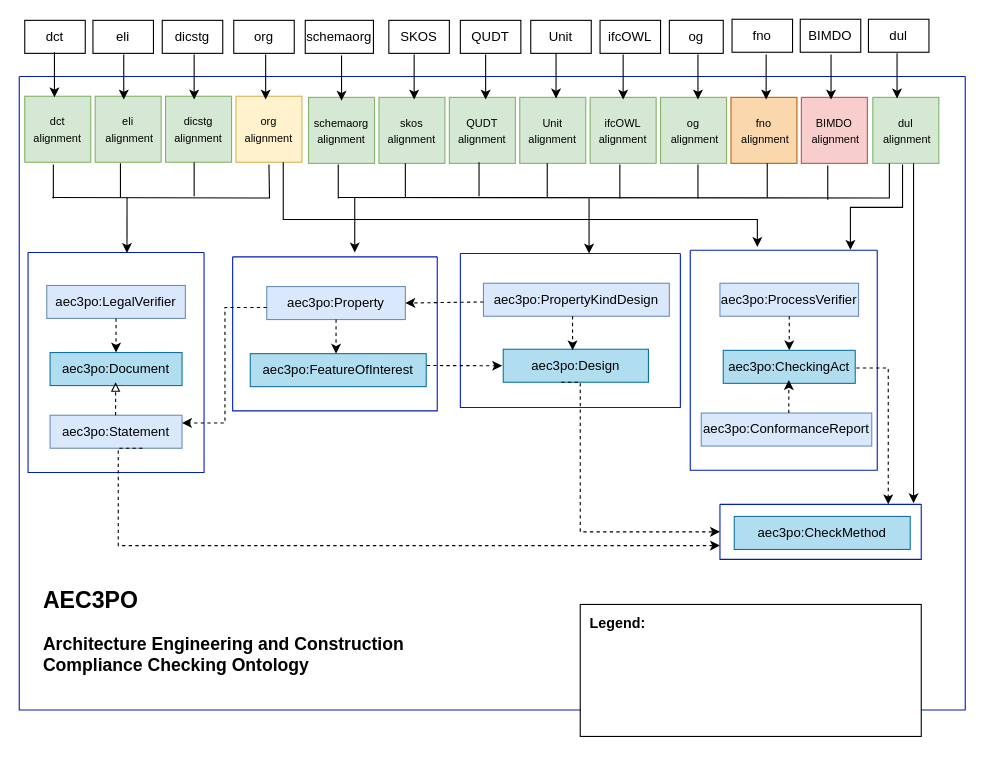
This is page "Alignment" (14 of 14) of resources/aec3po.drawio from Accord-Project/aec3po, a draw.io file, before an edit. Source tidied: cells renumbered, new cells numbered last; positions are measured from the earlier drawing's top-left corner, leaving out a move shared by most shapes. Both pictures are drawn from the tidied source at 110%, with x=0, y=0 at pixel (19, 19).
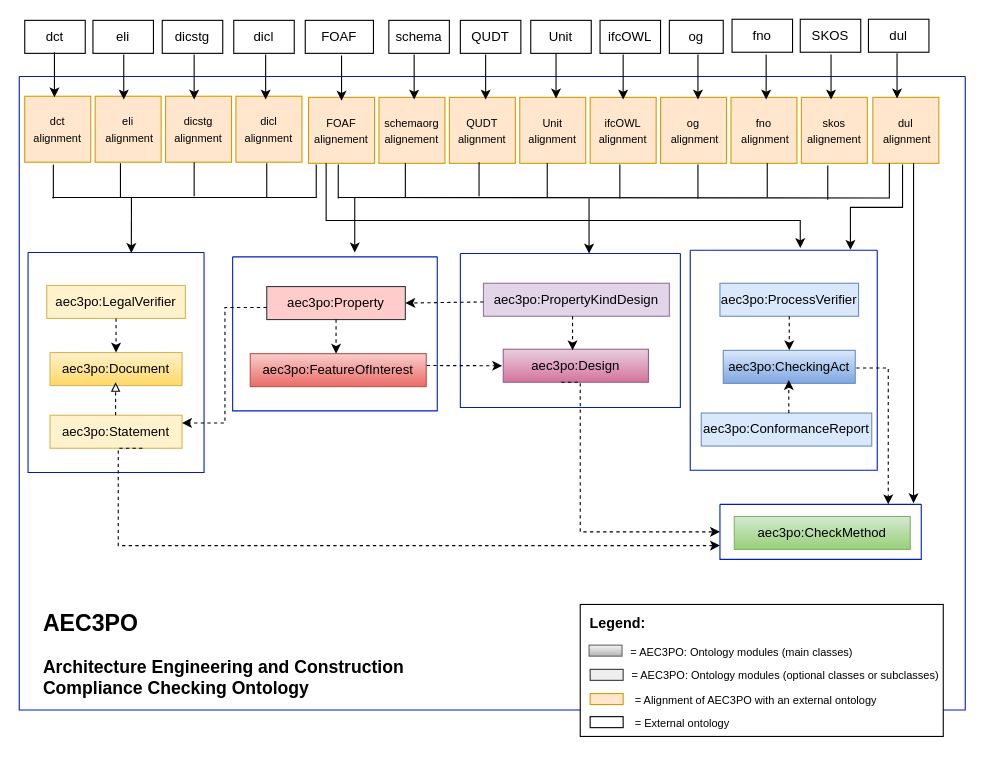
Above is the later version.

Unchanged cells that the change refers to:
```xml
<mxCell id="7" style="swimlane;startSize=0;fillColor=#0050EF;fontColor=#ffffff;strokeColor=#001DBC;" parent="1" vertex="1">
  <mxGeometry x="8" y="212" width="160" height="200" as="geometry" />
</mxCell>
<mxCell id="60" style="swimlane;startSize=0;fillColor=#0050EF;fontColor=#ffffff;strokeColor=#001DBC;" parent="1" vertex="1">
  <mxGeometry y="52" width="860" height="576" as="geometry" />
</mxCell>
```

Diff of the diagram source:
```diff
@@
-    <mxCell id="2" value="aec3po:Statement" style="rounded=0;whiteSpace=wrap;html=1;snapToPoint=1;points=[[0.1,0],[0.2,0],[0.3,0],[0.4,0],[0.5,0],[0.6,0],[0.7,0],[0.8,0],[0.9,0],[0,0.1],[0,0.3],[0,0.5],[0,0.7],[0,0.9],[0.1,1],[0.2,1],[0.3,1],[0.4,1],[0.5,1],[0.6,1],[0.7,1],[0.8,1],[0.9,1],[1,0.1],[1,0.3],[1,0.5],[1,0.7],[1,0.9]];fillColor=#dae8fc;strokeColor=#6c8ebf;" parent="1" vertex="1">
+    <mxCell id="2" value="aec3po:Statement" style="rounded=0;whiteSpace=wrap;html=1;snapToPoint=1;points=[[0.1,0],[0.2,0],[0.3,0],[0.4,0],[0.5,0],[0.6,0],[0.7,0],[0.8,0],[0.9,0],[0,0.1],[0,0.3],[0,0.5],[0,0.7],[0,0.9],[0.1,1],[0.2,1],[0.3,1],[0.4,1],[0.5,1],[0.6,1],[0.7,1],[0.8,1],[0.9,1],[1,0.1],[1,0.3],[1,0.5],[1,0.7],[1,0.9]];fillColor=#fff2cc;strokeColor=#d6b656;" parent="1" vertex="1">
       <mxGeometry x="28" y="360" width="120" height="30" as="geometry" />
     </mxCell>
-    <mxCell id="3" value="aec3po:LegalVerifier" style="rounded=0;whiteSpace=wrap;html=1;snapToPoint=1;points=[[0.1,0],[0.2,0],[0.3,0],[0.4,0],[0.5,0],[0.6,0],[0.7,0],[0.8,0],[0.9,0],[0,0.1],[0,0.3],[0,0.5],[0,0.7],[0,0.9],[0.1,1],[0.2,1],[0.3,1],[0.4,1],[0.5,1],[0.6,1],[0.7,1],[0.8,1],[0.9,1],[1,0.1],[1,0.3],[1,0.5],[1,0.7],[1,0.9]];fillColor=#dae8fc;strokeColor=#6c8ebf;" parent="1" vertex="1">
+    <mxCell id="3" value="aec3po:LegalVerifier" style="rounded=0;whiteSpace=wrap;html=1;snapToPoint=1;points=[[0.1,0],[0.2,0],[0.3,0],[0.4,0],[0.5,0],[0.6,0],[0.7,0],[0.8,0],[0.9,0],[0,0.1],[0,0.3],[0,0.5],[0,0.7],[0,0.9],[0.1,1],[0.2,1],[0.3,1],[0.4,1],[0.5,1],[0.6,1],[0.7,1],[0.8,1],[0.9,1],[1,0.1],[1,0.3],[1,0.5],[1,0.7],[1,0.9]];fillColor=#fff2cc;strokeColor=#d6b656;" parent="1" vertex="1">
       <mxGeometry x="25" y="242" width="126" height="30" as="geometry" />
     </mxCell>
-    <mxCell id="4" value="aec3po:Document" style="rounded=0;whiteSpace=wrap;html=1;snapToPoint=1;points=[[0.1,0],[0.2,0],[0.3,0],[0.4,0],[0.5,0],[0.6,0],[0.7,0],[0.8,0],[0.9,0],[0,0.1],[0,0.3],[0,0.5],[0,0.7],[0,0.9],[0.1,1],[0.2,1],[0.3,1],[0.4,1],[0.5,1],[0.6,1],[0.7,1],[0.8,1],[0.9,1],[1,0.1],[1,0.3],[1,0.5],[1,0.7],[1,0.9]];shadow=0;strokeColor=#10739e;fillColor=#b1ddf0;" parent="1" vertex="1">
+    <mxCell id="4" value="aec3po:Document" style="rounded=0;whiteSpace=wrap;html=1;snapToPoint=1;points=[[0.1,0],[0.2,0],[0.3,0],[0.4,0],[0.5,0],[0.6,0],[0.7,0],[0.8,0],[0.9,0],[0,0.1],[0,0.3],[0,0.5],[0,0.7],[0,0.9],[0.1,1],[0.2,1],[0.3,1],[0.4,1],[0.5,1],[0.6,1],[0.7,1],[0.8,1],[0.9,1],[1,0.1],[1,0.3],[1,0.5],[1,0.7],[1,0.9]];shadow=0;strokeColor=#d6b656;fillColor=#fff2cc;gradientColor=#ffd966;" parent="1" vertex="1">
       <mxGeometry x="28" y="303" width="120" height="30" as="geometry" />
     </mxCell>
@@
-    <mxCell id="8" value="aec3po:Property" style="rounded=0;whiteSpace=wrap;html=1;snapToPoint=1;points=[[0.1,0],[0.2,0],[0.3,0],[0.4,0],[0.5,0],[0.6,0],[0.7,0],[0.8,0],[0.9,0],[0,0.1],[0,0.3],[0,0.5],[0,0.7],[0,0.9],[0.1,1],[0.2,1],[0.3,1],[0.4,1],[0.5,1],[0.6,1],[0.7,1],[0.8,1],[0.9,1],[1,0.1],[1,0.3],[1,0.5],[1,0.7],[1,0.9]];fillColor=#dae8fc;strokeColor=#6c8ebf;" parent="1" vertex="1">
+    <mxCell id="8" value="aec3po:Property" style="rounded=0;whiteSpace=wrap;html=1;snapToPoint=1;points=[[0.1,0],[0.2,0],[0.3,0],[0.4,0],[0.5,0],[0.6,0],[0.7,0],[0.8,0],[0.9,0],[0,0.1],[0,0.3],[0,0.5],[0,0.7],[0,0.9],[0.1,1],[0.2,1],[0.3,1],[0.4,1],[0.5,1],[0.6,1],[0.7,1],[0.8,1],[0.9,1],[1,0.1],[1,0.3],[1,0.5],[1,0.7],[1,0.9]];fillColor=#ffcccc;strokeColor=#36393d;" parent="1" vertex="1">
       <mxGeometry x="225" y="243" width="126" height="30" as="geometry" />
     </mxCell>
-    <mxCell id="9" value="aec3po:FeatureOfInterest" style="rounded=0;whiteSpace=wrap;html=1;shadow=0;strokeColor=#10739e;fillColor=#b1ddf0;" parent="1" vertex="1">
+    <mxCell id="9" value="aec3po:FeatureOfInterest" style="rounded=0;whiteSpace=wrap;html=1;shadow=0;strokeColor=#b85450;fillColor=#f8cecc;gradientColor=#ea6b66;" parent="1" vertex="1">
       <mxGeometry x="210" y="304" width="160" height="30" as="geometry" />
     </mxCell>
@@
-    <mxCell id="12" value="aec3po:PropertyKindDesign" style="rounded=0;whiteSpace=wrap;html=1;fillColor=#dae8fc;strokeColor=#6c8ebf;" parent="1" vertex="1">
+    <mxCell id="12" value="aec3po:PropertyKindDesign" style="rounded=0;whiteSpace=wrap;html=1;fillColor=#e1d5e7;strokeColor=#9673a6;" parent="1" vertex="1">
       <mxGeometry x="422" y="240" width="169" height="30" as="geometry" />
     </mxCell>
-    <mxCell id="13" value="aec3po:Design" style="rounded=0;whiteSpace=wrap;html=1;snapToPoint=1;points=[[0.1,0],[0.2,0],[0.3,0],[0.4,0],[0.5,0],[0.6,0],[0.7,0],[0.8,0],[0.9,0],[0,0.1],[0,0.3],[0,0.5],[0,0.7],[0,0.9],[0.1,1],[0.2,1],[0.3,1],[0.4,1],[0.5,1],[0.6,1],[0.7,1],[0.8,1],[0.9,1],[1,0.1],[1,0.3],[1,0.5],[1,0.7],[1,0.9]];shadow=0;strokeColor=#10739e;fillColor=#b1ddf0;" parent="1" vertex="1">
+    <mxCell id="13" value="aec3po:Design" style="rounded=0;whiteSpace=wrap;html=1;snapToPoint=1;points=[[0.1,0],[0.2,0],[0.3,0],[0.4,0],[0.5,0],[0.6,0],[0.7,0],[0.8,0],[0.9,0],[0,0.1],[0,0.3],[0,0.5],[0,0.7],[0,0.9],[0.1,1],[0.2,1],[0.3,1],[0.4,1],[0.5,1],[0.6,1],[0.7,1],[0.8,1],[0.9,1],[1,0.1],[1,0.3],[1,0.5],[1,0.7],[1,0.9]];shadow=0;strokeColor=#996185;fillColor=#e6d0de;gradientColor=#d5739d;" parent="1" vertex="1">
       <mxGeometry x="440" y="300" width="132" height="30" as="geometry" />
     </mxCell>
@@
-    <mxCell id="18" value="aec3po:CheckingAct" style="rounded=0;whiteSpace=wrap;html=1;snapToPoint=1;points=[[0.1,0],[0.2,0],[0.3,0],[0.4,0],[0.5,0],[0.6,0],[0.7,0],[0.8,0],[0.9,0],[0,0.1],[0,0.3],[0,0.5],[0,0.7],[0,0.9],[0.1,1],[0.2,1],[0.3,1],[0.4,1],[0.5,1],[0.6,1],[0.7,1],[0.8,1],[0.9,1],[1,0.1],[1,0.3],[1,0.5],[1,0.7],[1,0.9]];shadow=0;strokeColor=#10739e;fillColor=#b1ddf0;" parent="1" vertex="1">
+    <mxCell id="18" value="aec3po:CheckingAct" style="rounded=0;whiteSpace=wrap;html=1;snapToPoint=1;points=[[0.1,0],[0.2,0],[0.3,0],[0.4,0],[0.5,0],[0.6,0],[0.7,0],[0.8,0],[0.9,0],[0,0.1],[0,0.3],[0,0.5],[0,0.7],[0,0.9],[0.1,1],[0.2,1],[0.3,1],[0.4,1],[0.5,1],[0.6,1],[0.7,1],[0.8,1],[0.9,1],[1,0.1],[1,0.3],[1,0.5],[1,0.7],[1,0.9]];shadow=0;strokeColor=#6c8ebf;fillColor=#dae8fc;gradientColor=#7ea6e0;" parent="1" vertex="1">
       <mxGeometry x="640" y="301" width="120" height="30" as="geometry" />
     </mxCell>
@@
-    <mxCell id="22" value="aec3po:CheckMethod" style="rounded=0;whiteSpace=wrap;html=1;shadow=0;strokeColor=#10739e;fillColor=#b1ddf0;" parent="1" vertex="1">
+    <mxCell id="22" value="aec3po:CheckMethod" style="rounded=0;whiteSpace=wrap;html=1;shadow=0;strokeColor=#82b366;fillColor=#d5e8d4;gradientColor=#97d077;" parent="1" vertex="1">
       <mxGeometry x="650" y="452" width="160" height="30" as="geometry" />
     </mxCell>
@@
-    <mxCell id="24" value="&lt;font style=&quot;font-size: 10px;&quot;&gt;dct alignment&lt;/font&gt;" style="whiteSpace=wrap;html=1;fillColor=#d5e8d4;strokeColor=#82b366;" parent="1" vertex="1">
+    <mxCell id="24" value="&lt;font style=&quot;font-size: 10px;&quot;&gt;dct alignment&lt;/font&gt;" style="whiteSpace=wrap;html=1;fillColor=#ffe6cc;strokeColor=#d79b00;" parent="1" vertex="1">
       <mxGeometry x="5" y="70" width="60" height="60" as="geometry" />
     </mxCell>
-    <mxCell id="25" value="&lt;font style=&quot;font-size: 10px;&quot;&gt;eli&lt;br&gt;&amp;nbsp;alignment&lt;/font&gt;" style="whiteSpace=wrap;html=1;fillColor=#d5e8d4;strokeColor=#82b366;" parent="1" vertex="1">
+    <mxCell id="25" value="&lt;font style=&quot;font-size: 10px;&quot;&gt;eli&lt;br&gt;&amp;nbsp;alignment&lt;/font&gt;" style="whiteSpace=wrap;html=1;fillColor=#ffe6cc;strokeColor=#d79b00;" parent="1" vertex="1">
       <mxGeometry x="69" y="70" width="60" height="60" as="geometry" />
     </mxCell>
-    <mxCell id="26" value="&lt;font style=&quot;font-size: 10px;&quot;&gt;dicstg alignment&lt;/font&gt;" style="whiteSpace=wrap;html=1;fillColor=#d5e8d4;strokeColor=#82b366;" parent="1" vertex="1">
+    <mxCell id="26" value="&lt;font style=&quot;font-size: 10px;&quot;&gt;dicstg alignment&lt;/font&gt;" style="whiteSpace=wrap;html=1;fillColor=#ffe6cc;strokeColor=#d79b00;" parent="1" vertex="1">
       <mxGeometry x="133" y="70" width="60" height="60" as="geometry" />
     </mxCell>
-    <mxCell id="27" value="&lt;font style=&quot;font-size: 10px;&quot;&gt;org alignment&lt;/font&gt;" style="whiteSpace=wrap;html=1;fillColor=#fff2cc;strokeColor=#d6b656;" parent="1" vertex="1">
+    <mxCell id="27" value="&lt;font style=&quot;font-size: 10px;&quot;&gt;dicl alignment&lt;/font&gt;" style="whiteSpace=wrap;html=1;fillColor=#ffe6cc;strokeColor=#d79b00;" parent="1" vertex="1">
       <mxGeometry x="197" y="70" width="60" height="60" as="geometry" />
     </mxCell>
-    <mxCell id="28" style="endArrow=classic;html=1;rounded=0;entryX=0.562;entryY=0.002;entryDx=0;entryDy=0;entryPerimeter=0;" parent="1" edge="1" target="7">
+    <mxCell id="28" style="endArrow=classic;html=1;rounded=0;entryX=0.562;entryY=0.002;entryDx=0;entryDy=0;entryPerimeter=0;" parent="1" edge="1">
       <mxGeometry relative="1" as="geometry">
-        <mxPoint x="98" y="162" as="sourcePoint" />
+        <mxPoint x="102" y="162" as="sourcePoint" />
+        <mxPoint x="101.9" y="212.4" as="targetPoint" />
       </mxGeometry>
     </mxCell>
-    <mxCell id="29" style="endArrow=none;html=1;rounded=0;edgeStyle=orthogonalEdgeStyle;" parent="1" edge="1">
+    <mxCell id="29" style="endArrow=none;html=1;rounded=0;edgeStyle=elbowEdgeStyle;" parent="1" edge="1">
       <mxGeometry relative="1" as="geometry">
         <mxPoint x="30" y="162" as="sourcePoint" />
-        <mxPoint x="227" y="132" as="targetPoint" />
+        <mxPoint x="270" y="132" as="targetPoint" />
+        <Array as="points">
+          <mxPoint x="270" y="152" />
+        </Array>
       </mxGeometry>
     </mxCell>
@@
-    <mxCell id="33" value="&lt;font style=&quot;font-size: 10px;&quot;&gt;schemaorg alignment&lt;/font&gt;" style="whiteSpace=wrap;html=1;fillColor=#d5e8d4;strokeColor=#82b366;" parent="1" vertex="1">
+    <mxCell id="33" value="&lt;font style=&quot;font-size: 10px;&quot;&gt;FOAF alignement&lt;/font&gt;" style="whiteSpace=wrap;html=1;fillColor=#ffe6cc;strokeColor=#d79b00;" parent="1" vertex="1">
       <mxGeometry x="263" y="71" width="60" height="60" as="geometry" />
     </mxCell>
-    <mxCell id="34" value="&lt;font style=&quot;font-size: 10px;&quot;&gt;skos alignment&lt;/font&gt;" style="whiteSpace=wrap;html=1;fillColor=#d5e8d4;strokeColor=#82b366;" parent="1" vertex="1">
+    <mxCell id="34" value="&lt;font style=&quot;font-size: 10px;&quot;&gt;schemaorg alignement&lt;/font&gt;" style="whiteSpace=wrap;html=1;fillColor=#ffe6cc;strokeColor=#d79b00;" parent="1" vertex="1">
       <mxGeometry x="327" y="71" width="60" height="60" as="geometry" />
     </mxCell>
-    <mxCell id="35" value="&lt;font style=&quot;font-size: 10px;&quot;&gt;QUDT alignment&lt;/font&gt;" style="whiteSpace=wrap;html=1;fillColor=#d5e8d4;strokeColor=#82b366;" parent="1" vertex="1">
+    <mxCell id="35" value="&lt;font style=&quot;font-size: 10px;&quot;&gt;QUDT alignment&lt;/font&gt;" style="whiteSpace=wrap;html=1;fillColor=#ffe6cc;strokeColor=#d79b00;" parent="1" vertex="1">
       <mxGeometry x="391" y="71" width="60" height="60" as="geometry" />
     </mxCell>
-    <mxCell id="36" value="&lt;font style=&quot;font-size: 10px;&quot;&gt;Unit alignment&lt;/font&gt;" style="whiteSpace=wrap;html=1;fillColor=#d5e8d4;strokeColor=#82b366;" parent="1" vertex="1">
+    <mxCell id="36" value="&lt;font style=&quot;font-size: 10px;&quot;&gt;Unit alignment&lt;/font&gt;" style="whiteSpace=wrap;html=1;fillColor=#ffe6cc;strokeColor=#d79b00;" parent="1" vertex="1">
       <mxGeometry x="455" y="71" width="60" height="60" as="geometry" />
     </mxCell>
-    <mxCell id="37" value="&lt;font style=&quot;font-size: 10px;&quot;&gt;ifcOWL alignment&lt;/font&gt;" style="whiteSpace=wrap;html=1;fillColor=#d5e8d4;strokeColor=#82b366;" parent="1" vertex="1">
+    <mxCell id="37" value="&lt;font style=&quot;font-size: 10px;&quot;&gt;ifcOWL alignment&lt;/font&gt;" style="whiteSpace=wrap;html=1;fillColor=#ffe6cc;strokeColor=#d79b00;" parent="1" vertex="1">
       <mxGeometry x="519" y="71" width="60" height="60" as="geometry" />
     </mxCell>
-    <mxCell id="38" value="&lt;font style=&quot;font-size: 10px;&quot;&gt;og&lt;br&gt;&amp;nbsp;alignment&lt;/font&gt;" style="whiteSpace=wrap;html=1;fillColor=#d5e8d4;strokeColor=#82b366;" parent="1" vertex="1">
+    <mxCell id="38" value="&lt;font style=&quot;font-size: 10px;&quot;&gt;og&lt;br&gt;&amp;nbsp;alignment&lt;/font&gt;" style="whiteSpace=wrap;html=1;fillColor=#ffe6cc;strokeColor=#d79b00;" parent="1" vertex="1">
       <mxGeometry x="583" y="71" width="60" height="60" as="geometry" />
     </mxCell>
-    <mxCell id="39" value="&lt;font style=&quot;font-size: 10px;&quot;&gt;fno&lt;br&gt;&amp;nbsp;alignment&lt;/font&gt;" style="whiteSpace=wrap;html=1;fillColor=#fad7ac;strokeColor=#b46504;" parent="1" vertex="1">
+    <mxCell id="39" value="&lt;font style=&quot;font-size: 10px;&quot;&gt;fno&lt;br&gt;&amp;nbsp;alignment&lt;/font&gt;" style="whiteSpace=wrap;html=1;fillColor=#ffe6cc;strokeColor=#d79b00;" parent="1" vertex="1">
       <mxGeometry x="647" y="71" width="60" height="60" as="geometry" />
     </mxCell>
-    <mxCell id="40" value="&lt;font style=&quot;font-size: 10px;&quot;&gt;BIMDO&lt;br&gt;&amp;nbsp;alignment&lt;/font&gt;" style="whiteSpace=wrap;html=1;fillColor=#f8cecc;strokeColor=#b85450;" parent="1" vertex="1">
+    <mxCell id="40" value="&lt;span style=&quot;font-size: 10px;&quot;&gt;skos alignement&lt;/span&gt;" style="whiteSpace=wrap;html=1;fillColor=#ffe6cc;strokeColor=#d79b00;" parent="1" vertex="1">
       <mxGeometry x="711" y="71" width="60" height="60" as="geometry" />
     </mxCell>
-    <mxCell id="41" value="&lt;font style=&quot;font-size: 10px;&quot;&gt;dul&lt;br&gt;&amp;nbsp;alignment&lt;/font&gt;" style="whiteSpace=wrap;html=1;fillColor=#d5e8d4;strokeColor=#82b366;" parent="1" vertex="1">
+    <mxCell id="41" value="&lt;font style=&quot;font-size: 10px;&quot;&gt;dul&lt;br&gt;&amp;nbsp;alignment&lt;/font&gt;" style="whiteSpace=wrap;html=1;fillColor=#ffe6cc;strokeColor=#d79b00;" parent="1" vertex="1">
       <mxGeometry x="776" y="71" width="60" height="60" as="geometry" />
     </mxCell>
@@
     <mxCell id="55" style="endArrow=classic;html=1;rounded=0;edgeStyle=elbowEdgeStyle;elbow=vertical;" parent="1" edge="1">
       <mxGeometry relative="1" as="geometry">
-        <mxPoint x="240" y="130" as="sourcePoint" />
-        <mxPoint x="671" y="207" as="targetPoint" />
+        <mxPoint x="279" y="131" as="sourcePoint" />
+        <mxPoint x="710" y="208" as="targetPoint" />
         <Array as="points">
-          <mxPoint x="460" y="182" />
+          <mxPoint x="499" y="183" />
         </Array>
       </mxGeometry>
     </mxCell>
@@
     <mxCell id="61" value="&lt;h1 style=&quot;&quot;&gt;&lt;font style=&quot;font-size: 21px;&quot;&gt;AEC3PO&lt;/font&gt;&lt;/h1&gt;&lt;p style=&quot;font-size: 16px;&quot;&gt;&lt;font style=&quot;font-size: 16px;&quot;&gt;&lt;b&gt;Architecture Engineering and Construction Compliance Checking Ontology&lt;/b&gt;&lt;/font&gt;&lt;/p&gt;" style="text;html=1;strokeColor=none;fillColor=none;spacing=5;spacingTop=-20;whiteSpace=wrap;overflow=hidden;rounded=0;" parent="60" vertex="1">
-      <mxGeometry x="17" y="456" width="423" height="120" as="geometry" />
+      <mxGeometry x="17" y="477" width="423" height="90" as="geometry" />
     </mxCell>
@@
-    <mxCell id="65" value="org" style="rounded=0;whiteSpace=wrap;html=1;" parent="1" vertex="1">
+    <mxCell id="65" value="dicl" style="rounded=0;whiteSpace=wrap;html=1;" parent="1" vertex="1">
       <mxGeometry x="195" y="1" width="55" height="30" as="geometry" />
     </mxCell>
-    <mxCell id="66" value="schemaorg" style="rounded=0;whiteSpace=wrap;html=1;" parent="1" vertex="1">
+    <mxCell id="66" value="FOAF" style="rounded=0;whiteSpace=wrap;html=1;" parent="1" vertex="1">
       <mxGeometry x="260" y="1" width="62" height="30" as="geometry" />
     </mxCell>
-    <mxCell id="67" value="SKOS" style="rounded=0;whiteSpace=wrap;html=1;" parent="1" vertex="1">
+    <mxCell id="67" value="schema" style="rounded=0;whiteSpace=wrap;html=1;" parent="1" vertex="1">
       <mxGeometry x="336" y="1" width="55" height="30" as="geometry" />
     </mxCell>
@@
-    <mxCell id="73" value="BIMDO" style="rounded=0;whiteSpace=wrap;html=1;" parent="1" vertex="1">
+    <mxCell id="73" value="SKOS" style="rounded=0;whiteSpace=wrap;html=1;" parent="1" vertex="1">
       <mxGeometry x="710" width="55" height="30" as="geometry" />
     </mxCell>
@@
     <mxCell id="88" style="rounded=0;whiteSpace=wrap;html=1;" parent="1" vertex="1">
-      <mxGeometry x="510" y="532" width="310" height="120" as="geometry" />
+      <mxGeometry x="510" y="532" width="330" height="120" as="geometry" />
     </mxCell>
@@
+    <mxCell id="92" style="endArrow=none;html=1;rounded=0;" parent="1" edge="1">
+      <mxGeometry relative="1" as="geometry">
+        <mxPoint x="225" y="162" as="sourcePoint" />
+        <mxPoint x="225" y="131" as="targetPoint" />
+      </mxGeometry>
+    </mxCell>
+    <mxCell id="93" style="rounded=0;whiteSpace=wrap;html=1;fillColor=#f5f5f5;gradientColor=#b3b3b3;strokeColor=#666666;" parent="1" vertex="1">
+      <mxGeometry x="518" y="569" width="30" height="10" as="geometry" />
+    </mxCell>
+    <mxCell id="94" value="&lt;font style=&quot;font-size: 10px;&quot;&gt;= AEC3PO: Ontology modules (main classes)&amp;nbsp;&lt;/font&gt;" style="text;html=1;strokeColor=none;fillColor=none;align=left;verticalAlign=middle;whiteSpace=wrap;rounded=0;" parent="1" vertex="1">
+      <mxGeometry x="554" y="560" width="250" height="30" as="geometry" />
+    </mxCell>
+    <mxCell id="95" style="rounded=0;whiteSpace=wrap;html=1;fillColor=#eeeeee;strokeColor=#36393d;" parent="1" vertex="1">
+      <mxGeometry x="519" y="591" width="30" height="10" as="geometry" />
+    </mxCell>
+    <mxCell id="96" value="&lt;font style=&quot;font-size: 10px;&quot;&gt;= AEC3PO: Ontology modules (optional classes or subclasses)&amp;nbsp;&lt;/font&gt;" style="text;html=1;strokeColor=none;fillColor=none;align=left;verticalAlign=middle;whiteSpace=wrap;rounded=0;" parent="1" vertex="1">
+      <mxGeometry x="555" y="581" width="285" height="30" as="geometry" />
+    </mxCell>
+    <mxCell id="97" style="rounded=0;whiteSpace=wrap;html=1;fillColor=#ffe6cc;strokeColor=#d79b00;" parent="1" vertex="1">
+      <mxGeometry x="519" y="613" width="30" height="10" as="geometry" />
+    </mxCell>
+    <mxCell id="98" value="&lt;font style=&quot;font-size: 10px;&quot;&gt;= Alignment of AEC3PO with an external ontology&lt;/font&gt;" style="text;html=1;strokeColor=none;fillColor=none;align=left;verticalAlign=middle;whiteSpace=wrap;rounded=0;" parent="1" vertex="1">
+      <mxGeometry x="558" y="604" width="275" height="30" as="geometry" />
+    </mxCell>
+    <mxCell id="99" style="rounded=0;whiteSpace=wrap;html=1;" parent="1" vertex="1">
+      <mxGeometry x="519" y="634" width="30" height="10" as="geometry" />
+    </mxCell>
+    <mxCell id="100" value="&lt;font style=&quot;font-size: 10px;&quot;&gt;= External ontology&lt;/font&gt;" style="text;html=1;strokeColor=none;fillColor=none;align=left;verticalAlign=middle;whiteSpace=wrap;rounded=0;" parent="1" vertex="1">
+      <mxGeometry x="558" y="625" width="275" height="30" as="geometry" />
+    </mxCell>
```
